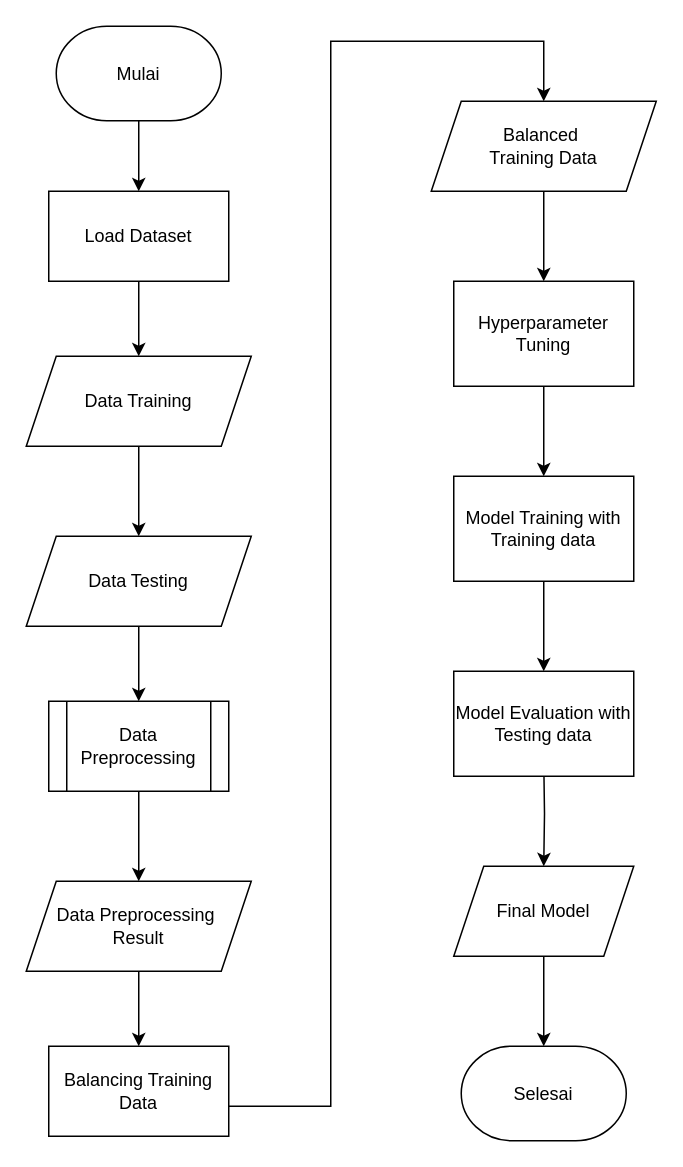
Earlier version of the draw.io diagram paper method.drawio (meisyareptiana/design_database). Source tidied: cells renumbered, new cells numbered last; positions are measured from the earlier drawing's top-left corner, leaving out a move shared by most shapes. Both pictures are drawn from the tidied source at 150%, with x=0, y=0 at pixel (26, 26).
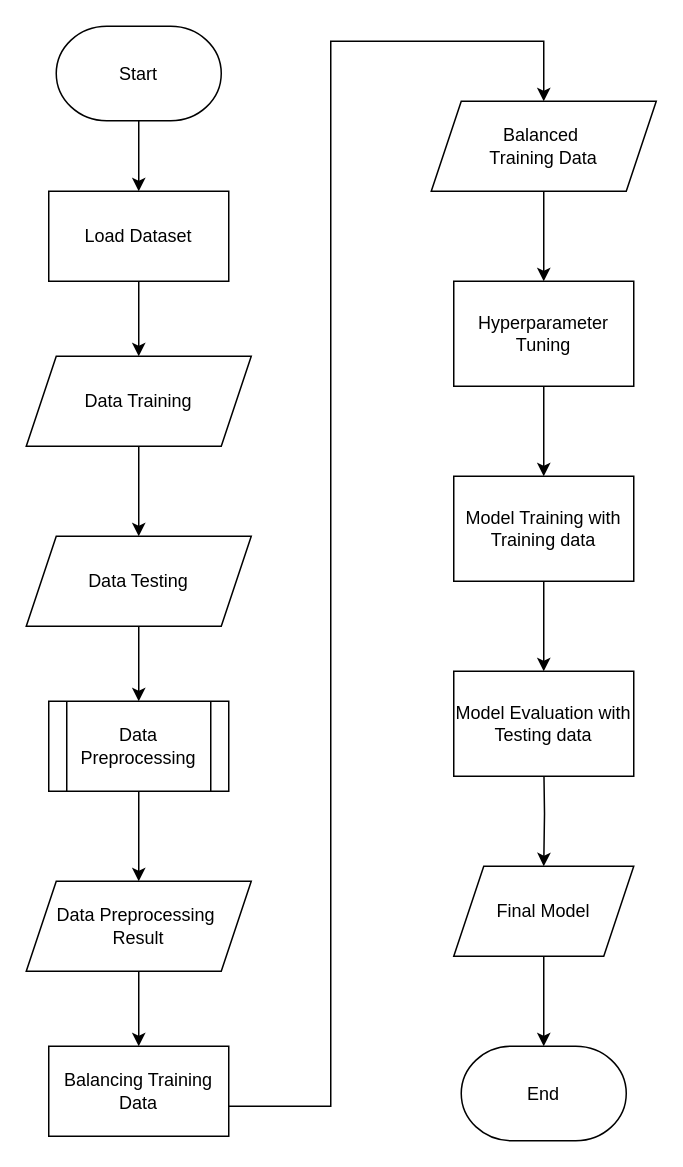
Above is the later version.

Change to the diagram source:
```diff
@@
-    <mxCell id="5" value="Mulai" style="fixedSize=1;html=1;shape=mxgraph.flowchart.terminator;whiteSpace=wrap;" parent="1" vertex="1">
+    <mxCell id="5" value="Start" style="fixedSize=1;html=1;shape=mxgraph.flowchart.terminator;whiteSpace=wrap;" parent="1" vertex="1">
       <mxGeometry x="20" width="110" height="63" as="geometry" />
     </mxCell>
-    <mxCell id="6" value="Selesai" style="fixedSize=1;html=1;shape=mxgraph.flowchart.terminator;whiteSpace=wrap;" parent="1" vertex="1">
+    <mxCell id="6" value="End" style="fixedSize=1;html=1;shape=mxgraph.flowchart.terminator;whiteSpace=wrap;" parent="1" vertex="1">
       <mxGeometry x="290" y="680" width="110" height="63" as="geometry" />
     </mxCell>
```
